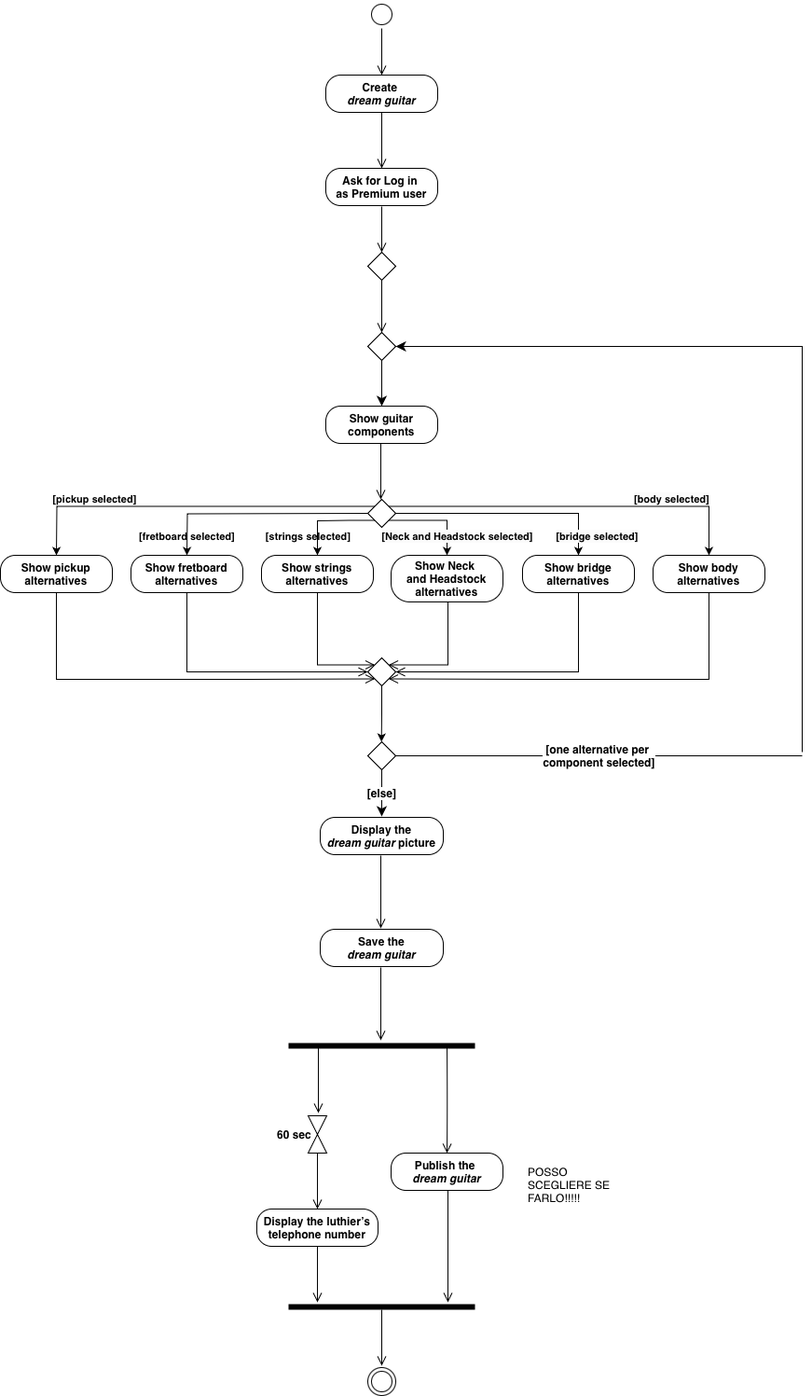
The draw.io diagram ActivityDiagramT.drawio.png in TizianoLilli/ISPW-Project, before a commit. Source tidied: cells renumbered, new cells last; positions are measured from the earlier drawing's top-left corner, leaving out a move shared by most shapes.
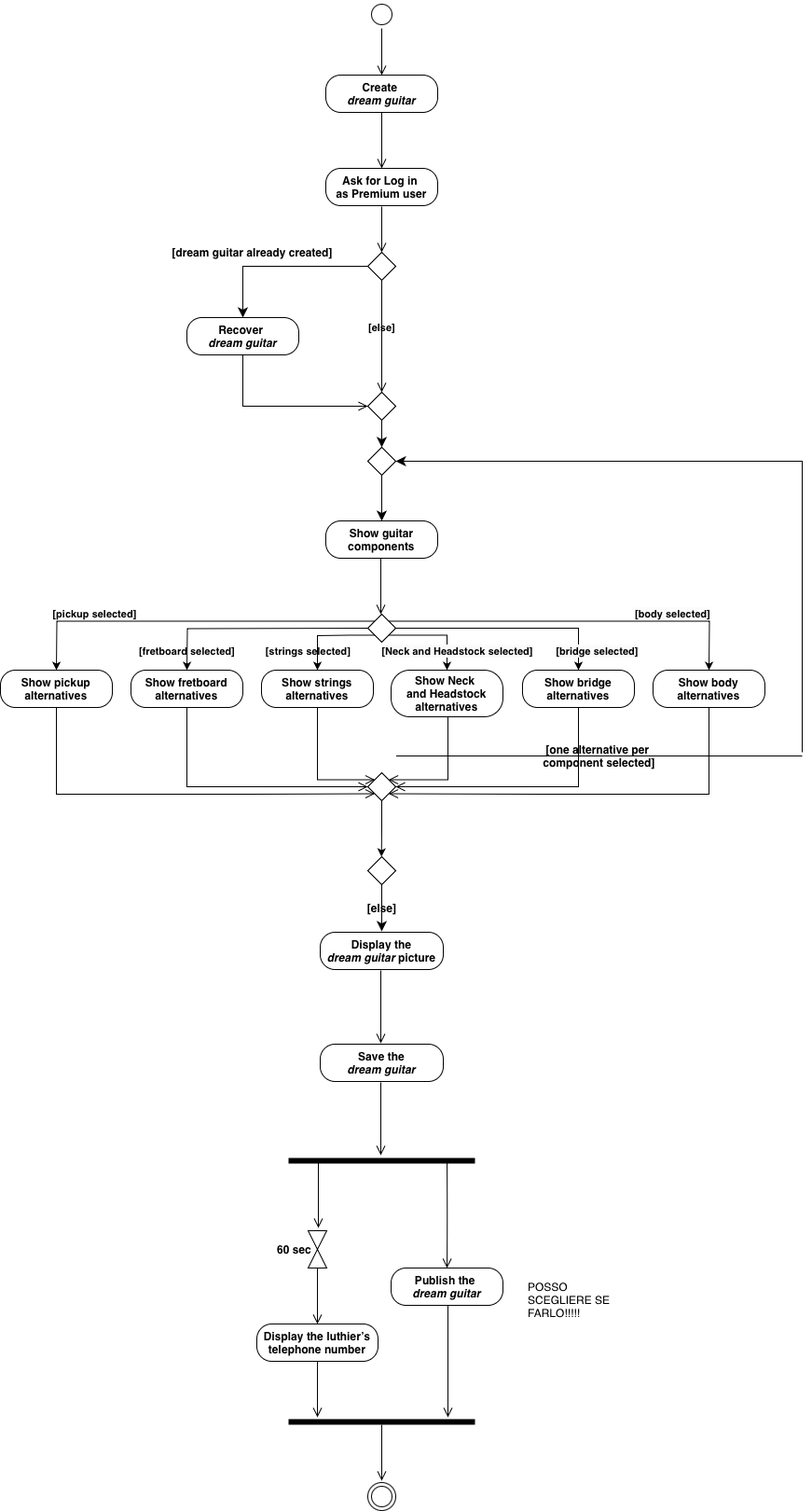
Later version of the same file.

Diff of the diagram source:
```diff
@@ -3,33 +3,31 @@
     <mxCell id="0" />
     <mxCell id="1" parent="0" />
     <mxCell id="2" value="&lt;b&gt;Create&amp;nbsp;&lt;/b&gt;&lt;div&gt;&lt;b&gt;&lt;i&gt;dream guitar&lt;/i&gt;&lt;/b&gt;&lt;/div&gt;" style="rounded=1;whiteSpace=wrap;html=1;arcSize=40;labelBackgroundColor=none;" parent="1" vertex="1">
-      <mxGeometry x="349" y="80" width="120" height="40" as="geometry" />
+      <mxGeometry x="349" y="-43" width="120" height="40" as="geometry" />
     </mxCell>
     <mxCell id="3" style="edgeStyle=orthogonalEdgeStyle;html=1;verticalAlign=bottom;endArrow=open;endSize=8;rounded=0;labelBackgroundColor=none;fontColor=default;" parent="1" edge="1">
       <mxGeometry relative="1" as="geometry">
-        <mxPoint x="409" y="120" as="sourcePoint" />
-        <mxPoint x="409" y="180" as="targetPoint" />
+        <mxPoint x="409" y="-3" as="sourcePoint" />
+        <mxPoint x="409" y="57" as="targetPoint" />
       </mxGeometry>
     </mxCell>
     <mxCell id="4" style="ellipse;html=1;shape=startState;labelBackgroundColor=none;" parent="1" vertex="1">
-      <mxGeometry x="394" width="30" height="30" as="geometry" />
+      <mxGeometry x="394" y="-123" width="30" height="30" as="geometry" />
     </mxCell>
     <mxCell id="5" style="edgeStyle=orthogonalEdgeStyle;html=1;verticalAlign=bottom;endArrow=open;endSize=8;rounded=0;entryX=0.5;entryY=0;entryDx=0;entryDy=0;labelBackgroundColor=none;fontColor=default;" parent="1" edge="1" source="4">
       <mxGeometry relative="1" as="geometry">
-        <mxPoint x="409" y="80" as="targetPoint" />
+        <mxPoint x="409" y="-43" as="targetPoint" />
         <Array as="points">
-          <mxPoint x="409" y="50" />
-          <mxPoint x="409" y="50" />
+          <mxPoint x="409" y="-73" />
+          <mxPoint x="409" y="-73" />
         </Array>
       </mxGeometry>
     </mxCell>
     <mxCell id="6" value="&lt;b&gt;Ask for&amp;nbsp;&lt;span style=&quot;background-color: initial;&quot;&gt;Log in&amp;nbsp;&lt;/span&gt;&lt;/b&gt;&lt;div&gt;&lt;span style=&quot;background-color: initial;&quot;&gt;&lt;b&gt;as Premium user&lt;/b&gt;&lt;/span&gt;&lt;/div&gt;" style="rounded=1;whiteSpace=wrap;html=1;arcSize=40;labelBackgroundColor=none;" parent="1" vertex="1">
-      <mxGeometry x="349" y="180" width="120" height="40" as="geometry" />
+      <mxGeometry x="349" y="57" width="120" height="40" as="geometry" />
     </mxCell>
-    <mxCell id="7" style="edgeStyle=orthogonalEdgeStyle;html=1;verticalAlign=bottom;endArrow=open;endSize=8;rounded=0;labelBackgroundColor=none;fontColor=default;exitX=0.5;exitY=1;exitDx=0;exitDy=0;" parent="1" edge="1" source="55">
-      <mxGeometry relative="1" as="geometry">
-        <mxPoint x="409" y="356" as="targetPoint" />
-      </mxGeometry>
+    <mxCell id="7" value="&lt;b&gt;[else]&lt;/b&gt;" style="edgeStyle=orthogonalEdgeStyle;html=1;verticalAlign=bottom;endArrow=open;endSize=8;rounded=0;labelBackgroundColor=none;fontColor=default;entryX=0.5;entryY=0;entryDx=0;entryDy=0;exitX=0.5;exitY=1;exitDx=0;exitDy=0;" parent="1" edge="1" source="55" target="59">
+      <mxGeometry relative="1" as="geometry" />
     </mxCell>
     <mxCell id="8" value="&lt;b&gt;Show guitar components&lt;/b&gt;" style="rounded=1;whiteSpace=wrap;html=1;arcSize=40;labelBackgroundColor=none;" parent="1" vertex="1">
       <mxGeometry x="349" y="435" width="120" height="40" as="geometry" />
@@ -62,8 +60,10 @@
         <mxPoint x="60" y="595" as="targetPoint" />
       </mxGeometry>
     </mxCell>
-    <mxCell id="14" value="&lt;br&gt;&lt;b style=&quot;forced-color-adjust: none; color: rgb(0, 0, 0); font-family: Helvetica; font-size: 11px; font-style: normal; font-variant-ligatures: normal; font-variant-caps: normal; letter-spacing: normal; orphans: 2; text-align: center; text-indent: 0px; text-transform: none; widows: 2; word-spacing: 0px; -webkit-text-stroke-width: 0px; white-space: nowrap; background-color: rgb(251, 251, 251); text-decoration-thickness: initial; text-decoration-style: initial; text-decoration-color: initial;&quot;&gt;[body selected]&lt;/b&gt;&lt;div&gt;&lt;br/&gt;&lt;/div&gt;" style="edgeStyle=orthogonalEdgeStyle;rounded=0;jettySize=auto;html=1;exitX=1;exitY=0;exitDx=0;exitDy=0;entryX=0.5;entryY=0;entryDx=0;entryDy=0;textShadow=1;labelBackgroundColor=none;fontColor=default;" parent="1" edge="1" source="16" target="27">
-      <mxGeometry x="0.53" y="8" relative="1" as="geometry" />
+    <mxCell id="14" value="&lt;br&gt;&lt;b style=&quot;forced-color-adjust: none; color: rgb(0, 0, 0); font-family: Helvetica; font-size: 11px; font-style: normal; font-variant-ligatures: normal; font-variant-caps: normal; letter-spacing: normal; orphans: 2; text-align: center; text-indent: 0px; text-transform: none; widows: 2; word-spacing: 0px; -webkit-text-stroke-width: 0px; white-space: nowrap; background-color: rgb(251, 251, 251); text-decoration-thickness: initial; text-decoration-style: initial; text-decoration-color: initial;&quot;&gt;[body selected]&lt;/b&gt;&lt;div&gt;&lt;br/&gt;&lt;/div&gt;" style="edgeStyle=orthogonalEdgeStyle;rounded=0;jettySize=auto;html=1;exitX=1;exitY=0;exitDx=0;exitDy=0;entryX=0.5;entryY=0;entryDx=0;entryDy=0;textShadow=1;labelBackgroundColor=none;fontColor=default;" parent="1" edge="1" source="16">
+      <mxGeometry x="0.53" y="8" relative="1" as="geometry">
+        <mxPoint x="760" y="595" as="targetPoint" />
+      </mxGeometry>
     </mxCell>
     <mxCell id="15" value="&lt;b style=&quot;background-color: rgb(251, 251, 251);&quot;&gt;[Neck and Headstock selected]&lt;/b&gt;" style="edgeStyle=orthogonalEdgeStyle;rounded=0;jettySize=auto;html=1;exitX=1;exitY=1;exitDx=0;exitDy=0;entryX=0.5;entryY=0;entryDx=0;entryDy=0;labelBackgroundColor=none;fontColor=default;" parent="1" edge="1" source="16" target="23">
       <mxGeometry x="0.6" y="11" relative="1" as="geometry">
@@ -131,8 +131,9 @@
     <mxCell id="27" value="&lt;b&gt;Show body&lt;/b&gt;&lt;div&gt;&lt;b&gt;alternatives&lt;/b&gt;&lt;/div&gt;" style="rounded=1;whiteSpace=wrap;html=1;arcSize=40;labelBackgroundColor=none;" parent="1" vertex="1">
       <mxGeometry x="700" y="595" width="120" height="40" as="geometry" />
     </mxCell>
-    <mxCell id="28" style="edgeStyle=orthogonalEdgeStyle;html=1;verticalAlign=bottom;endArrow=open;endSize=8;rounded=0;entryX=1;entryY=1;entryDx=0;entryDy=0;labelBackgroundColor=none;fontColor=default;" parent="1" edge="1" source="27" target="30">
+    <mxCell id="28" style="edgeStyle=orthogonalEdgeStyle;html=1;verticalAlign=bottom;endArrow=open;endSize=8;rounded=0;entryX=1;entryY=1;entryDx=0;entryDy=0;labelBackgroundColor=none;fontColor=default;" parent="1" edge="1" target="30">
       <mxGeometry relative="1" as="geometry">
+        <mxPoint x="760" y="635" as="sourcePoint" />
         <Array as="points">
           <mxPoint x="760" y="728" />
           <mxPoint x="580" y="728" />
@@ -147,15 +148,15 @@
     <mxCell id="30" style="rhombus;whiteSpace=wrap;html=1;labelBackgroundColor=none;" parent="1" vertex="1">
       <mxGeometry x="394" y="705" width="30" height="30" as="geometry" />
     </mxCell>
-    <mxCell id="31" value="[else]" style="edgeStyle=none;curved=1;rounded=0;jettySize=auto;html=1;exitX=0.5;exitY=1;exitDx=0;exitDy=0;fontSize=12;startSize=8;endSize=8;fontStyle=1;labelBackgroundColor=default;fontColor=default;" parent="1" edge="1" source="33">
+    <mxCell id="31" value="[else]" style="edgeStyle=none;curved=1;rounded=0;jettySize=auto;html=1;exitX=0.5;exitY=1;exitDx=0;exitDy=0;fontSize=12;startSize=8;endSize=8;fontStyle=1;labelBackgroundColor=none;fontColor=default;" parent="1" edge="1" source="33">
       <mxGeometry relative="1" as="geometry">
         <mxPoint x="409" y="875" as="targetPoint" />
       </mxGeometry>
     </mxCell>
-    <mxCell id="32" value="[one alternative per&amp;nbsp;&lt;div&gt;component selected]&lt;/div&gt;" style="edgeStyle=none;curved=1;rounded=0;orthogonalLoop=1;jettySize=auto;html=1;exitX=1;exitY=0.5;exitDx=0;exitDy=0;fontSize=12;startSize=8;endSize=8;fontStyle=1;endArrow=none;endFill=0;labelBackgroundColor=default;fontColor=default;" parent="1" edge="1">
+    <mxCell id="32" value="[one alternative per&amp;nbsp;&lt;div&gt;component selected]&lt;/div&gt;" style="edgeStyle=none;curved=1;rounded=0;orthogonalLoop=1;jettySize=auto;html=1;exitX=1;exitY=0.5;exitDx=0;exitDy=0;fontSize=12;startSize=8;endSize=8;fontStyle=1;endArrow=none;endFill=0;labelBackgroundColor=none;fontColor=default;" parent="1" edge="1">
       <mxGeometry relative="1" as="geometry">
-        <mxPoint x="424" y="810" as="sourcePoint" />
-        <mxPoint x="860" y="810" as="targetPoint" />
+        <mxPoint x="424" y="687" as="sourcePoint" />
+        <mxPoint x="860" y="687" as="targetPoint" />
       </mxGeometry>
     </mxCell>
     <mxCell id="33" style="rhombus;whiteSpace=wrap;html=1;labelBackgroundColor=none;" parent="1" vertex="1">
@@ -169,7 +170,7 @@
     </mxCell>
     <mxCell id="36" style="edgeStyle=none;jettySize=auto;html=1;rounded=0;fontSize=12;startSize=8;endSize=8;curved=0;entryX=1;entryY=0.5;entryDx=0;entryDy=0;labelBackgroundColor=none;fontColor=default;" parent="1" edge="1" target="35">
       <mxGeometry relative="1" as="geometry">
-        <mxPoint x="860" y="806" as="sourcePoint" />
+        <mxPoint x="860" y="683" as="sourcePoint" />
         <Array as="points">
           <mxPoint x="860" y="371" />
         </Array>
@@ -262,12 +263,36 @@
     </mxCell>
     <mxCell id="54" style="edgeStyle=orthogonalEdgeStyle;html=1;verticalAlign=bottom;endArrow=open;endSize=8;rounded=0;labelBackgroundColor=none;fontColor=default;" parent="1" edge="1">
       <mxGeometry relative="1" as="geometry">
-        <mxPoint x="409" y="221" as="sourcePoint" />
-        <mxPoint x="409" y="270" as="targetPoint" />
+        <mxPoint x="409" y="98" as="sourcePoint" />
+        <mxPoint x="409" y="147" as="targetPoint" />
       </mxGeometry>
     </mxCell>
+    <mxCell id="56" value="&lt;b&gt;[dream guitar already created]&lt;/b&gt;" style="edgeStyle=none;curved=0;rounded=0;jettySize=auto;html=1;exitX=1;exitY=0.5;exitDx=0;exitDy=0;fontSize=12;startSize=8;endSize=8;labelBackgroundColor=none;fontColor=default;" parent="1" edge="1" source="55">
+      <mxGeometry x="0.41" y="-15" relative="1" as="geometry">
+        <mxPoint x="260" y="217" as="targetPoint" />
+        <Array as="points">
+          <mxPoint x="260" y="162" />
+        </Array>
+      </mxGeometry>
+    </mxCell>
     <mxCell id="55" style="rhombus;whiteSpace=wrap;html=1;labelBackgroundColor=none;" parent="1" vertex="1">
-      <mxGeometry x="394" y="270" width="30" height="30" as="geometry" />
+      <mxGeometry x="394" y="147" width="30" height="30" as="geometry" />
     </mxCell>
+    <mxCell id="57" value="&lt;b&gt;Recover&amp;nbsp;&lt;/b&gt;&lt;div&gt;&lt;b&gt;&lt;i&gt;dream guitar&lt;/i&gt;&lt;/b&gt;&lt;/div&gt;" style="rounded=1;whiteSpace=wrap;html=1;arcSize=40;labelBackgroundColor=none;" parent="1" vertex="1">
+      <mxGeometry x="200" y="217" width="120" height="40" as="geometry" />
+    </mxCell>
+    <mxCell id="58" style="edgeStyle=orthogonalEdgeStyle;html=1;verticalAlign=bottom;endArrow=open;endSize=8;rounded=0;fontSize=12;curved=0;entryX=0;entryY=0.5;entryDx=0;entryDy=0;labelBackgroundColor=none;fontColor=default;" parent="1" edge="1" source="57" target="59">
+      <mxGeometry relative="1" as="geometry">
+        <Array as="points">
+          <mxPoint x="260" y="312" />
+        </Array>
+      </mxGeometry>
+    </mxCell>
+    <mxCell id="59" style="rhombus;whiteSpace=wrap;html=1;labelBackgroundColor=none;" parent="1" vertex="1">
+      <mxGeometry x="394" y="297" width="30" height="30" as="geometry" />
+    </mxCell>
+    <mxCell id="60" style="endArrow=classic;html=1;rounded=0;fontSize=12;startSize=8;endSize=8;curved=1;exitX=0.5;exitY=1;exitDx=0;exitDy=0;entryX=0.5;entryY=0;entryDx=0;entryDy=0;labelBackgroundColor=none;fontColor=default;" parent="1" edge="1" source="59" target="35">
+      <mxGeometry relative="1" as="geometry" />
+    </mxCell>
   </root>
 </mxGraphModel>
```
